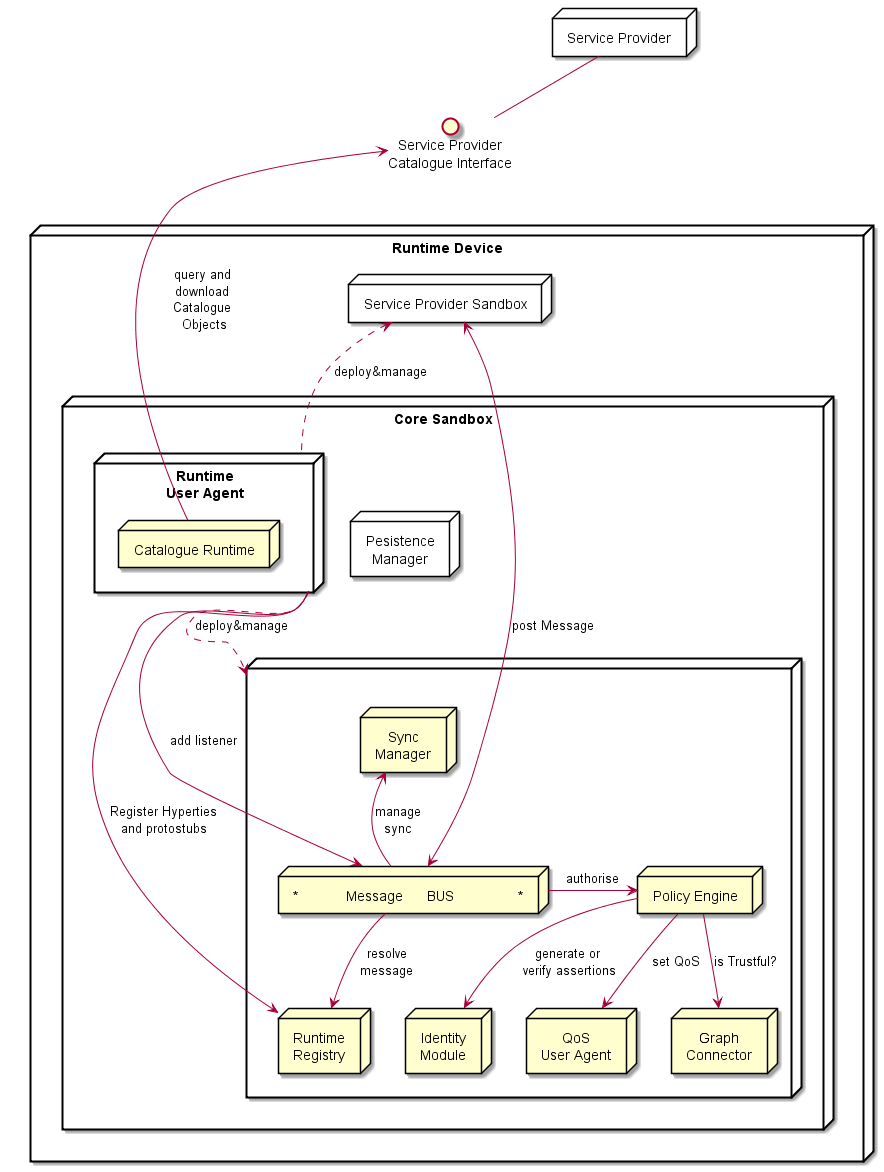
Earlier version of the PlantUML export docs/specs/Core_Runtime.png (reTHINK-project/dev-runtime-core). The source it was exported from:
```plantuml
@startuml "Core_Runtime.png"

node "Service Provider" as SP {
}

() "Service Provider\nCatalogue Interface" as CatI



node "Runtime Device" as rt {

node "Service Provider Sandbox" as SPSand {

}

node "Core Sandbox" as core {

node "" as core1 {
 node "*            Message      BUS                *" as Bus

 node "Sync\nManager" as Sync

 node "Runtime\nRegistry" as Reg

 node "Identity\nModule" as ID

 node "Policy Engine" as PDP

 node "QoS\nUser Agent" as QoS

 node "Graph\nConnector" as Graph
}

node "Pesistence\nManager" as Storage {
}

 node "Runtime\nUser Agent" as RunUA {
	node "Catalogue Runtime" as RepUA
 }



 SPSand -[hidden]down-> Storage : store

 Sync -[hidden]up-> Storage

 RunUA -> Reg : Register Hyperties\nand protostubs
 }

 RunUA .> core1 : deploy&manage

 PDP <-left- Bus : authorise

 PDP -down-> QoS : set QoS

 PDP -down-> ID : generate or\n verify assertions

 PDP -down-> Graph : is Trustful?

 Reg <-up- Bus: resolve\nmessage

 Sync <-down- Bus: manage\nsync

 RunUA -> Bus : add listener

 RunUA .up-> SPSand : deploy&manage

 SPSand <-> Bus : post Message

 	}

RepUA -up-> CatI : query and\n download \nCatalogue\n Objects

rt -[hidden]up- SP

SPSand -[hidden]up- CatI

CatI -up- SP


@enduml
```
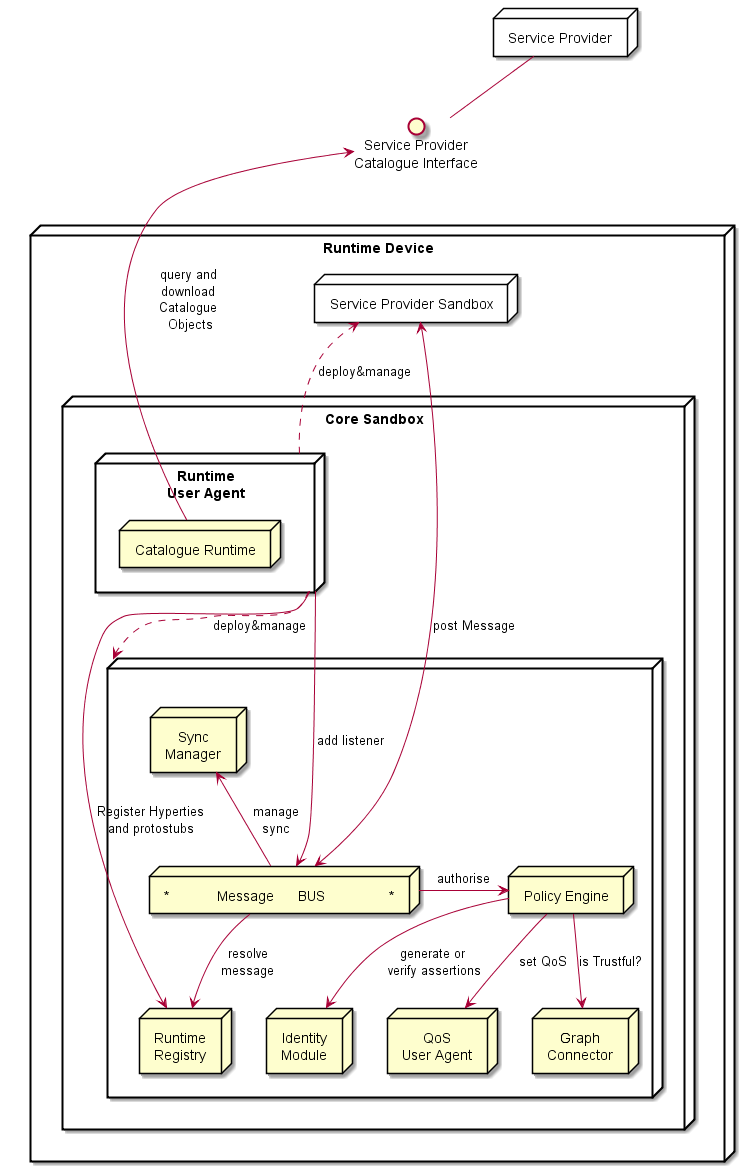
Later version of the same file.

Change to the diagram source:
```diff
@@ -31,8 +31,6 @@
  node "Graph\nConnector" as Graph
 }
 
-node "Pesistence\nManager" as Storage {
-}
 
  node "Runtime\nUser Agent" as RunUA {
 	node "Catalogue Runtime" as RepUA
@@ -40,9 +38,6 @@
 
 
 
- SPSand -[hidden]down-> Storage : store
-
- Sync -[hidden]up-> Storage
 
  RunUA -> Reg : Register Hyperties\nand protostubs
  }
```
